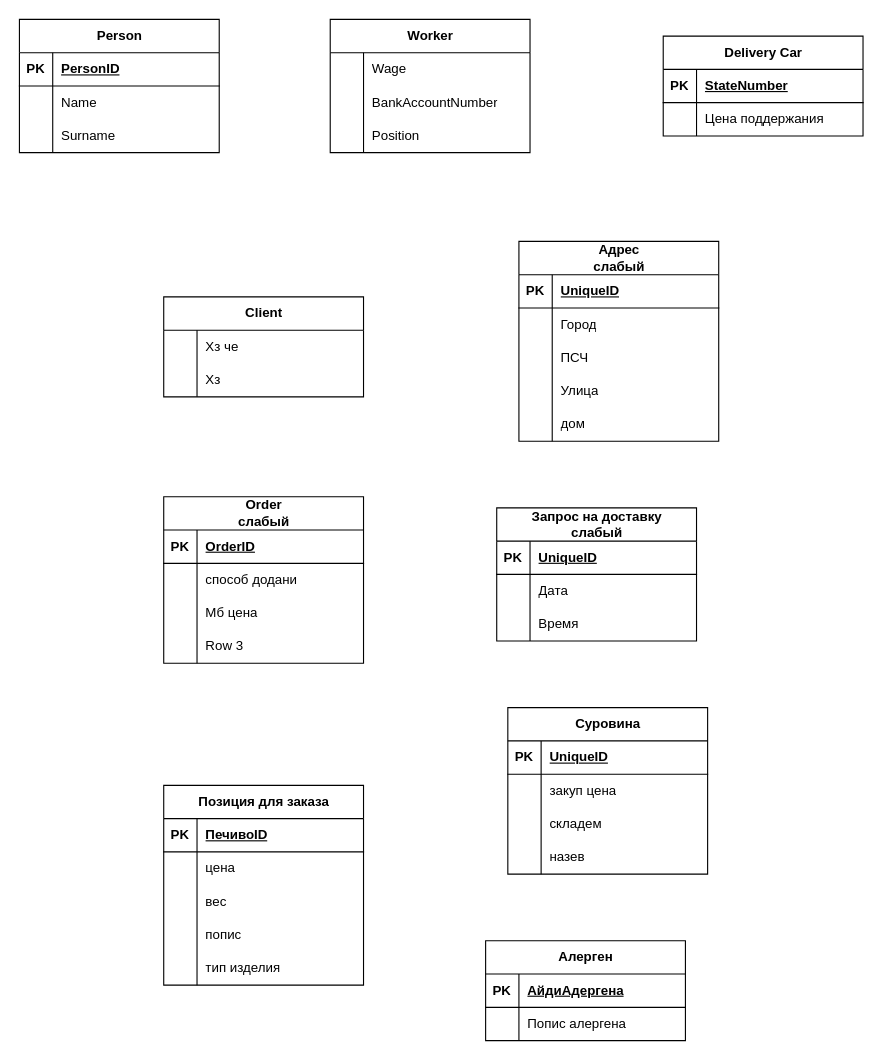
Earlier version of the draw.io diagram Untitled Diagram.drawio (ArturSultanov/ids-proj). Source tidied: cells renumbered, new cells numbered last; positions are measured from the earlier drawing's top-left corner, leaving out a move shared by most shapes. Both pictures are drawn from the tidied source at 111%, with x=0, y=0 at pixel (19, 19).
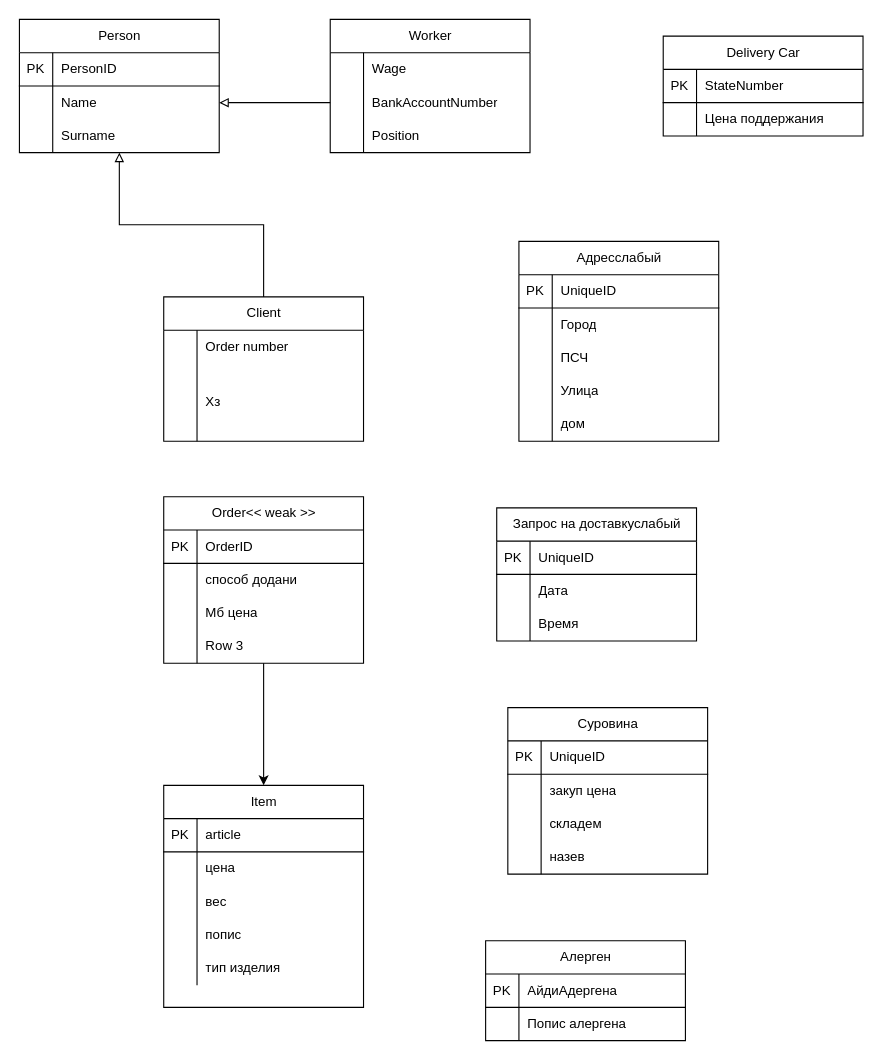
Above is the later version.

The change refers to these unchanged cells:
```xml
<mxCell id="3" style="shape=tableRow;horizontal=0;startSize=0;swimlaneHead=0;swimlaneBody=0;fillColor=none;top=0;left=0;right=0;bottom=1;" parent="2" vertex="1">
  <mxGeometry y="30" width="180" height="30" as="geometry" />
</mxCell>
<mxCell id="6" style="shape=tableRow;horizontal=0;startSize=0;swimlaneHead=0;swimlaneBody=0;fillColor=none;points=[[0,0.5],[1,0.5]];portConstraint=eastwest;top=0;left=0;right=0;bottom=0;" parent="2" vertex="1">
  <mxGeometry y="60" width="180" height="30" as="geometry" />
</mxCell>
<mxCell id="13" style="shape=tableRow;horizontal=0;startSize=0;swimlaneHead=0;swimlaneBody=0;fillColor=none;top=0;left=0;right=0;bottom=0;" parent="12" vertex="1">
  <mxGeometry y="30" width="180" height="30" as="geometry" />
</mxCell>
<mxCell id="25" style="shape=tableRow;horizontal=0;startSize=0;swimlaneHead=0;swimlaneBody=0;fillColor=none;points=[[0,0.5],[1,0.5]];portConstraint=eastwest;top=0;left=0;right=0;bottom=0;" parent="21" vertex="1">
  <mxGeometry y="60" width="180" height="30" as="geometry" />
</mxCell>
<mxCell id="32" style="shape=tableRow;horizontal=0;startSize=0;swimlaneHead=0;swimlaneBody=0;fillColor=none;top=0;left=0;right=0;bottom=1;" parent="31" vertex="1">
  <mxGeometry y="30" width="180" height="30" as="geometry" />
</mxCell>
<mxCell id="39" style="shape=tableRow;horizontal=0;startSize=0;swimlaneHead=0;swimlaneBody=0;fillColor=none;top=0;left=0;right=0;bottom=1;" parent="38" vertex="1">
  <mxGeometry y="30" width="180" height="30" as="geometry" />
</mxCell>
<mxCell id="52" style="shape=tableRow;horizontal=0;startSize=0;swimlaneHead=0;swimlaneBody=0;fillColor=none;top=0;left=0;right=0;bottom=1;" parent="51" vertex="1">
  <mxGeometry y="30" width="180" height="30" as="geometry" />
</mxCell>
<mxCell id="68" style="shape=tableRow;horizontal=0;startSize=0;swimlaneHead=0;swimlaneBody=0;fillColor=none;top=0;left=0;right=0;bottom=1;" parent="67" vertex="1">
  <mxGeometry y="30" width="180" height="30" as="geometry" />
</mxCell>
<mxCell id="75" style="shape=tableRow;horizontal=0;startSize=0;swimlaneHead=0;swimlaneBody=0;fillColor=none;top=0;left=0;right=0;bottom=1;" parent="74" vertex="1">
  <mxGeometry y="30" width="180" height="30" as="geometry" />
</mxCell>
<mxCell id="88" style="shape=tableRow;horizontal=0;startSize=0;swimlaneHead=0;swimlaneBody=0;fillColor=none;top=0;left=0;right=0;bottom=1;" parent="87" vertex="1">
  <mxGeometry y="30" width="180" height="30" as="geometry" />
</mxCell>
<mxCell id="104" style="shape=tableRow;horizontal=0;startSize=0;swimlaneHead=0;swimlaneBody=0;fillColor=none;top=0;left=0;right=0;bottom=1;" parent="103" vertex="1">
  <mxGeometry y="30" width="180" height="30" as="geometry" />
</mxCell>
```

Change to the diagram source:
```diff
@@
+    <mxCell id="113" style="edgeStyle=orthogonalEdgeStyle;rounded=0;jettySize=auto;html=1;entryX=0.5;entryY=0;entryDx=0;entryDy=0;startArrow=block;startFill=0;endArrow=none;endFill=0;" parent="1" edge="1" source="2" target="12">
+      <mxGeometry relative="1" as="geometry" />
+    </mxCell>
-    <mxCell id="2" value="Person" style="shape=table;startSize=30;childLayout=tableLayout;rowLines=0;fontStyle=1;align=center;html=1;" parent="1" vertex="1">
+    <mxCell id="2" value="Person" style="shape=table;startSize=30;childLayout=tableLayout;rowLines=0;align=center;html=1;" parent="1" vertex="1">
       <mxGeometry width="180" height="120" as="geometry" />
     </mxCell>
@@
-    <mxCell id="4" value="PK" style="shape=partialRectangle;fillColor=none;top=0;left=0;bottom=0;right=0;fontStyle=1;overflow=hidden;whiteSpace=wrap;html=1;" parent="3" vertex="1">
+    <mxCell id="4" value="PK" style="shape=partialRectangle;fillColor=none;top=0;left=0;bottom=0;right=0;overflow=hidden;whiteSpace=wrap;html=1;" parent="3" vertex="1">
       <mxGeometry width="30" height="30" as="geometry" />
     </mxCell>
-    <mxCell id="5" value="PersonID" style="shape=partialRectangle;fillColor=none;top=0;left=0;bottom=0;right=0;align=left;spacingLeft=6;fontStyle=5;overflow=hidden;whiteSpace=wrap;html=1;" parent="3" vertex="1">
+    <mxCell id="5" value="PersonID" style="shape=partialRectangle;fillColor=none;top=0;left=0;bottom=0;right=0;align=left;spacingLeft=6;overflow=hidden;whiteSpace=wrap;html=1;" parent="3" vertex="1">
       <mxGeometry x="30" width="150" height="30" as="geometry" />
     </mxCell>
@@
-    <mxCell id="12" value="Client" style="shape=table;startSize=30;childLayout=tableLayout;rowLines=0;fontStyle=1;align=center;html=1;" parent="1" vertex="1">
-      <mxGeometry x="130" y="250" width="180" height="90" as="geometry" />
+    <mxCell id="12" value="Client" style="shape=table;startSize=30;childLayout=tableLayout;rowLines=0;align=center;html=1;" parent="1" vertex="1">
+      <mxGeometry x="130" y="250" width="180" height="130" as="geometry" />
     </mxCell>
@@
-    <mxCell id="15" value="Хз че" style="shape=partialRectangle;fillColor=none;top=0;left=0;bottom=0;right=0;align=left;spacingLeft=6;overflow=hidden;whiteSpace=wrap;html=1;" parent="13" vertex="1">
+    <mxCell id="15" value="Order number" style="shape=partialRectangle;fillColor=none;top=0;left=0;bottom=0;right=0;align=left;spacingLeft=6;overflow=hidden;whiteSpace=wrap;html=1;" parent="13" vertex="1">
       <mxGeometry x="30" width="150" height="30" as="geometry" />
     </mxCell>
     <mxCell id="16" style="shape=tableRow;horizontal=0;startSize=0;swimlaneHead=0;swimlaneBody=0;fillColor=none;top=0;left=0;right=0;bottom=0;" parent="12" vertex="1">
-      <mxGeometry y="60" width="180" height="30" as="geometry" />
+      <mxGeometry y="60" width="180" height="70" as="geometry" />
     </mxCell>
     <mxCell id="17" style="shape=partialRectangle;fillColor=none;top=0;left=0;bottom=0;right=0;overflow=hidden;whiteSpace=wrap;html=1;" parent="16" vertex="1">
-      <mxGeometry width="30" height="30" as="geometry" />
+      <mxGeometry width="30" height="70" as="geometry" />
     </mxCell>
     <mxCell id="18" value="Хз" style="shape=partialRectangle;fillColor=none;top=0;left=0;bottom=0;right=0;align=left;spacingLeft=6;overflow=hidden;whiteSpace=wrap;html=1;" parent="16" vertex="1">
-      <mxGeometry x="30" width="150" height="30" as="geometry" />
+      <mxGeometry x="30" width="150" height="70" as="geometry" />
     </mxCell>
@@
-    <mxCell id="21" value="Worker" style="shape=table;startSize=30;childLayout=tableLayout;rowLines=0;fontStyle=1;align=center;html=1;" parent="1" vertex="1">
+    <mxCell id="21" value="Worker" style="shape=table;startSize=30;childLayout=tableLayout;rowLines=0;align=center;html=1;" parent="1" vertex="1">
       <mxGeometry x="280" width="180" height="120" as="geometry" />
     </mxCell>
@@
-    <mxCell id="31" value="Delivery Car" style="shape=table;startSize=30;childLayout=tableLayout;rowLines=0;fontStyle=1;align=center;html=1;" parent="1" vertex="1">
+    <mxCell id="31" value="Delivery Car" style="shape=table;startSize=30;childLayout=tableLayout;rowLines=0;align=center;html=1;" parent="1" vertex="1">
       <mxGeometry x="580" y="15" width="180" height="90" as="geometry" />
     </mxCell>
@@
-    <mxCell id="33" value="PK" style="shape=partialRectangle;fillColor=none;top=0;left=0;bottom=0;right=0;fontStyle=1;overflow=hidden;whiteSpace=wrap;html=1;" parent="32" vertex="1">
+    <mxCell id="33" value="PK" style="shape=partialRectangle;fillColor=none;top=0;left=0;bottom=0;right=0;overflow=hidden;whiteSpace=wrap;html=1;" parent="32" vertex="1">
       <mxGeometry width="30" height="30" as="geometry" />
     </mxCell>
-    <mxCell id="34" value="StateNumber" style="shape=partialRectangle;fillColor=none;top=0;left=0;bottom=0;right=0;align=left;spacingLeft=6;fontStyle=5;overflow=hidden;whiteSpace=wrap;html=1;" parent="32" vertex="1">
+    <mxCell id="34" value="StateNumber" style="shape=partialRectangle;fillColor=none;top=0;left=0;bottom=0;right=0;align=left;spacingLeft=6;overflow=hidden;whiteSpace=wrap;html=1;" parent="32" vertex="1">
       <mxGeometry x="30" width="150" height="30" as="geometry" />
     </mxCell>
@@
+    <mxCell id="114" style="edgeStyle=orthogonalEdgeStyle;rounded=0;jettySize=auto;html=1;entryX=0.5;entryY=0;entryDx=0;entryDy=0;" parent="1" edge="1" source="38" target="51">
+      <mxGeometry relative="1" as="geometry" />
+    </mxCell>
-    <mxCell id="38" value="Order&lt;br&gt;слабый" style="shape=table;startSize=30;childLayout=tableLayout;rowLines=0;fontStyle=1;align=center;html=1;" parent="1" vertex="1">
+    <mxCell id="38" value="Order&lt;&lt; weak &gt;&gt;" style="shape=table;startSize=30;childLayout=tableLayout;rowLines=0;align=center;html=1;" parent="1" vertex="1">
       <mxGeometry x="130" y="430" width="180" height="150" as="geometry" />
     </mxCell>
@@
-    <mxCell id="40" value="PK" style="shape=partialRectangle;fillColor=none;top=0;left=0;bottom=0;right=0;fontStyle=1;overflow=hidden;whiteSpace=wrap;html=1;" parent="39" vertex="1">
+    <mxCell id="40" value="PK" style="shape=partialRectangle;fillColor=none;top=0;left=0;bottom=0;right=0;overflow=hidden;whiteSpace=wrap;html=1;" parent="39" vertex="1">
       <mxGeometry width="30" height="30" as="geometry" />
     </mxCell>
-    <mxCell id="41" value="OrderID" style="shape=partialRectangle;fillColor=none;top=0;left=0;bottom=0;right=0;align=left;spacingLeft=6;fontStyle=5;overflow=hidden;whiteSpace=wrap;html=1;" parent="39" vertex="1">
+    <mxCell id="41" value="OrderID" style="shape=partialRectangle;fillColor=none;top=0;left=0;bottom=0;right=0;align=left;spacingLeft=6;overflow=hidden;whiteSpace=wrap;html=1;" parent="39" vertex="1">
       <mxGeometry x="30" width="150" height="30" as="geometry" />
     </mxCell>
@@
-    <mxCell id="51" value="Позиция для заказа" style="shape=table;startSize=30;childLayout=tableLayout;rowLines=0;fontStyle=1;align=center;html=1;" parent="1" vertex="1">
-      <mxGeometry x="130" y="690" width="180" height="180" as="geometry" />
+    <mxCell id="51" value="Item" style="shape=table;startSize=30;childLayout=tableLayout;rowLines=0;align=center;html=1;" parent="1" vertex="1">
+      <mxGeometry x="130" y="690" width="180" height="200" as="geometry" />
     </mxCell>
@@
-    <mxCell id="53" value="PK" style="shape=partialRectangle;fillColor=none;top=0;left=0;bottom=0;right=0;fontStyle=1;overflow=hidden;whiteSpace=wrap;html=1;" parent="52" vertex="1">
+    <mxCell id="53" value="PK" style="shape=partialRectangle;fillColor=none;top=0;left=0;bottom=0;right=0;overflow=hidden;whiteSpace=wrap;html=1;" parent="52" vertex="1">
       <mxGeometry width="30" height="30" as="geometry" />
     </mxCell>
-    <mxCell id="54" value="ПечивоID" style="shape=partialRectangle;fillColor=none;top=0;left=0;bottom=0;right=0;align=left;spacingLeft=6;fontStyle=5;overflow=hidden;whiteSpace=wrap;html=1;" parent="52" vertex="1">
+    <mxCell id="54" value="article" style="shape=partialRectangle;fillColor=none;top=0;left=0;bottom=0;right=0;align=left;spacingLeft=6;overflow=hidden;whiteSpace=wrap;html=1;" parent="52" vertex="1">
       <mxGeometry x="30" width="150" height="30" as="geometry" />
     </mxCell>
@@
-    <mxCell id="67" value="Алерген" style="shape=table;startSize=30;childLayout=tableLayout;rowLines=0;fontStyle=1;align=center;html=1;" parent="1" vertex="1">
+    <mxCell id="67" value="Алерген" style="shape=table;startSize=30;childLayout=tableLayout;rowLines=0;align=center;html=1;" parent="1" vertex="1">
       <mxGeometry x="420" y="830" width="180" height="90" as="geometry" />
     </mxCell>
@@
-    <mxCell id="69" value="PK" style="shape=partialRectangle;fillColor=none;top=0;left=0;bottom=0;right=0;fontStyle=1;overflow=hidden;whiteSpace=wrap;html=1;" parent="68" vertex="1">
+    <mxCell id="69" value="PK" style="shape=partialRectangle;fillColor=none;top=0;left=0;bottom=0;right=0;overflow=hidden;whiteSpace=wrap;html=1;" parent="68" vertex="1">
       <mxGeometry width="30" height="30" as="geometry" />
     </mxCell>
-    <mxCell id="70" value="АйдиАдергена" style="shape=partialRectangle;fillColor=none;top=0;left=0;bottom=0;right=0;align=left;spacingLeft=6;fontStyle=5;overflow=hidden;whiteSpace=wrap;html=1;" parent="68" vertex="1">
+    <mxCell id="70" value="АйдиАдергена" style="shape=partialRectangle;fillColor=none;top=0;left=0;bottom=0;right=0;align=left;spacingLeft=6;overflow=hidden;whiteSpace=wrap;html=1;" parent="68" vertex="1">
       <mxGeometry x="30" width="150" height="30" as="geometry" />
     </mxCell>
@@
-    <mxCell id="74" value="Суровина" style="shape=table;startSize=30;childLayout=tableLayout;rowLines=0;fontStyle=1;align=center;html=1;" parent="1" vertex="1">
+    <mxCell id="74" value="Суровина" style="shape=table;startSize=30;childLayout=tableLayout;rowLines=0;align=center;html=1;" parent="1" vertex="1">
       <mxGeometry x="440" y="620" width="180" height="150" as="geometry" />
     </mxCell>
@@
-    <mxCell id="76" value="PK" style="shape=partialRectangle;fillColor=none;top=0;left=0;bottom=0;right=0;fontStyle=1;overflow=hidden;whiteSpace=wrap;html=1;" parent="75" vertex="1">
+    <mxCell id="76" value="PK" style="shape=partialRectangle;fillColor=none;top=0;left=0;bottom=0;right=0;overflow=hidden;whiteSpace=wrap;html=1;" parent="75" vertex="1">
       <mxGeometry width="30" height="30" as="geometry" />
     </mxCell>
-    <mxCell id="77" value="UniqueID" style="shape=partialRectangle;fillColor=none;top=0;left=0;bottom=0;right=0;align=left;spacingLeft=6;fontStyle=5;overflow=hidden;whiteSpace=wrap;html=1;" parent="75" vertex="1">
+    <mxCell id="77" value="UniqueID" style="shape=partialRectangle;fillColor=none;top=0;left=0;bottom=0;right=0;align=left;spacingLeft=6;overflow=hidden;whiteSpace=wrap;html=1;" parent="75" vertex="1">
       <mxGeometry x="30" width="150" height="30" as="geometry" />
     </mxCell>
@@
-    <mxCell id="87" value="Адрес&lt;br&gt;слабый" style="shape=table;startSize=30;childLayout=tableLayout;rowLines=0;fontStyle=1;align=center;html=1;" parent="1" vertex="1">
+    <mxCell id="87" value="Адресслабый" style="shape=table;startSize=30;childLayout=tableLayout;rowLines=0;align=center;html=1;" parent="1" vertex="1">
       <mxGeometry x="450" y="200" width="180" height="180" as="geometry" />
     </mxCell>
@@
-    <mxCell id="89" value="PK" style="shape=partialRectangle;fillColor=none;top=0;left=0;bottom=0;right=0;fontStyle=1;overflow=hidden;whiteSpace=wrap;html=1;" parent="88" vertex="1">
+    <mxCell id="89" value="PK" style="shape=partialRectangle;fillColor=none;top=0;left=0;bottom=0;right=0;overflow=hidden;whiteSpace=wrap;html=1;" parent="88" vertex="1">
       <mxGeometry width="30" height="30" as="geometry" />
     </mxCell>
-    <mxCell id="90" value="UniqueID" style="shape=partialRectangle;fillColor=none;top=0;left=0;bottom=0;right=0;align=left;spacingLeft=6;fontStyle=5;overflow=hidden;whiteSpace=wrap;html=1;" parent="88" vertex="1">
+    <mxCell id="90" value="UniqueID" style="shape=partialRectangle;fillColor=none;top=0;left=0;bottom=0;right=0;align=left;spacingLeft=6;overflow=hidden;whiteSpace=wrap;html=1;" parent="88" vertex="1">
       <mxGeometry x="30" width="150" height="30" as="geometry" />
     </mxCell>
@@
-    <mxCell id="103" value="Запрос на доставку&lt;br&gt;слабый" style="shape=table;startSize=30;childLayout=tableLayout;rowLines=0;fontStyle=1;align=center;html=1;" parent="1" vertex="1">
+    <mxCell id="103" value="Запрос на доставкуслабый" style="shape=table;startSize=30;childLayout=tableLayout;rowLines=0;align=center;html=1;" parent="1" vertex="1">
       <mxGeometry x="430" y="440" width="180" height="120" as="geometry" />
     </mxCell>
@@
-    <mxCell id="105" value="PK" style="shape=partialRectangle;fillColor=none;top=0;left=0;bottom=0;right=0;fontStyle=1;overflow=hidden;whiteSpace=wrap;html=1;" parent="104" vertex="1">
+    <mxCell id="105" value="PK" style="shape=partialRectangle;fillColor=none;top=0;left=0;bottom=0;right=0;overflow=hidden;whiteSpace=wrap;html=1;" parent="104" vertex="1">
       <mxGeometry width="30" height="30" as="geometry" />
     </mxCell>
-    <mxCell id="106" value="UniqueID" style="shape=partialRectangle;fillColor=none;top=0;left=0;bottom=0;right=0;align=left;spacingLeft=6;fontStyle=5;overflow=hidden;whiteSpace=wrap;html=1;" parent="104" vertex="1">
+    <mxCell id="106" value="UniqueID" style="shape=partialRectangle;fillColor=none;top=0;left=0;bottom=0;right=0;align=left;spacingLeft=6;overflow=hidden;whiteSpace=wrap;html=1;" parent="104" vertex="1">
       <mxGeometry x="30" width="150" height="30" as="geometry" />
     </mxCell>
@@
+    <mxCell id="115" style="edgeStyle=orthogonalEdgeStyle;rounded=0;jettySize=auto;html=1;startArrow=block;startFill=0;endArrow=none;endFill=0;exitX=1;exitY=0.5;exitDx=0;exitDy=0;entryX=0;entryY=0.5;entryDx=0;entryDy=0;" parent="1" edge="1" source="6" target="25">
+      <mxGeometry relative="1" as="geometry" />
+    </mxCell>
```
